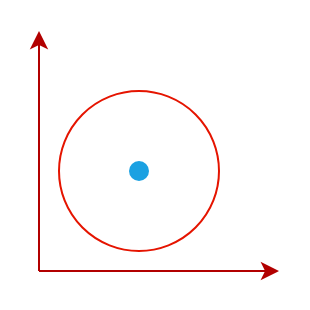
This is page "circle-segment-2" (4 of 8) of rcgal_doc.drawio from liuyulvv/rcgal_doc, a draw.io file, before an edit. Source tidied: cells renumbered, new cells numbered last; positions are measured from the earlier drawing's top-left corner, leaving out a move shared by most shapes. Both pictures are drawn from the tidied source at 200%, with x=0, y=0 at pixel (38, 30).
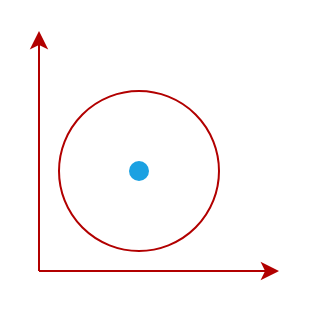
After the change.

The edit, as a diff of the source:
```diff
@@
 <mxGraphModel>
   <root>
     <mxCell id="0" />
     <mxCell id="1" parent="0" />
-    <mxCell id="2" style="ellipse;whiteSpace=wrap;html=1;fillColor=none;fontColor=#ffffff;strokeColor=#e51400;" parent="1" vertex="1">
+    <mxCell id="2" style="ellipse;whiteSpace=wrap;html=1;fillColor=none;fontColor=#ffffff;strokeColor=#B20000;" parent="1" vertex="1">
       <mxGeometry x="10" y="30" width="80" height="80" as="geometry" />
     </mxCell>
     <mxCell id="3" style="ellipse;whiteSpace=wrap;html=1;strokeColor=none;fillColor=#1ba1e2;fontColor=#ffffff;" parent="1" vertex="1">
       <mxGeometry x="45" y="65" width="10" height="10" as="geometry" />
     </mxCell>
     <mxCell id="4" style="endArrow=classic;html=1;rounded=0;fillColor=#e51400;strokeColor=#B20000;" parent="1" edge="1">
       <mxGeometry relative="1" as="geometry">
         <mxPoint y="120" as="sourcePoint" />
         <mxPoint x="120" y="120" as="targetPoint" />
       </mxGeometry>
     </mxCell>
     <mxCell id="5" style="endArrow=classic;html=1;rounded=0;fillColor=#e51400;strokeColor=#B20000;" parent="1" edge="1">
       <mxGeometry relative="1" as="geometry">
         <mxPoint y="120" as="sourcePoint" />
         <mxPoint as="targetPoint" />
       </mxGeometry>
     </mxCell>
   </root>
 </mxGraphModel>
```
